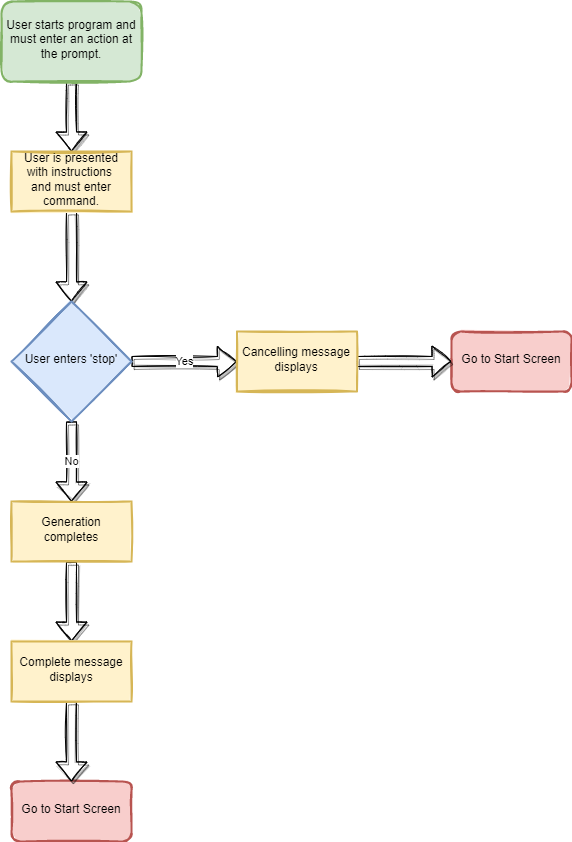
This is Design/GenerateScreenFlow.png from zkturman/LanguageCrawler, a draw.io export, as it was before one commit. Source tidied: cells renumbered, new cells last; positions are measured from the earlier drawing's top-left corner, leaving out a move shared by most shapes. The source it was exported from:
```xml
<mxGraphModel>
  <root>
    <mxCell id="0" />
    <mxCell id="1" parent="0" />
    <mxCell id="2" style="edgeStyle=orthogonalEdgeStyle;rounded=0;jettySize=auto;html=1;exitX=0.5;exitY=1;exitDx=0;exitDy=0;entryX=0.5;entryY=0;entryDx=0;entryDy=0;sketch=1;strokeWidth=1;shadow=1;fillColor=default;shape=flexArrow;" parent="1" edge="1" source="9" target="5">
      <mxGeometry relative="1" as="geometry" />
    </mxCell>
    <mxCell id="3" value="Yes" style="edgeStyle=orthogonalEdgeStyle;rounded=0;jettySize=auto;html=1;exitX=1;exitY=0.5;exitDx=0;exitDy=0;entryX=0;entryY=0.5;entryDx=0;entryDy=0;sketch=1;strokeWidth=1;shadow=1;fillColor=default;shape=flexArrow;" parent="1" edge="1" source="5" target="12">
      <mxGeometry relative="1" as="geometry" />
    </mxCell>
    <mxCell id="4" value="No" style="edgeStyle=orthogonalEdgeStyle;rounded=0;jettySize=auto;html=1;exitX=0.5;exitY=1;exitDx=0;exitDy=0;entryX=0.5;entryY=0;entryDx=0;entryDy=0;sketch=1;strokeWidth=1;shadow=1;fillColor=default;shape=flexArrow;" parent="1" edge="1" source="5" target="14">
      <mxGeometry relative="1" as="geometry" />
    </mxCell>
    <mxCell id="5" value="User enters 'stop'" style="rhombus;whiteSpace=wrap;html=1;shadow=0;fontFamily=Helvetica;fontSize=12;align=center;strokeWidth=2;spacing=6;spacingTop=-4;fillColor=#dae8fc;strokeColor=#6c8ebf;sketch=1;fillStyle=solid;" parent="1" vertex="1">
      <mxGeometry x="10" y="300" width="120" height="120" as="geometry" />
    </mxCell>
    <mxCell id="6" value="Go to Start Screen" style="rounded=1;whiteSpace=wrap;html=1;fontSize=12;glass=0;strokeWidth=2;shadow=0;fillColor=#f8cecc;strokeColor=#b85450;spacing=6;spacingTop=-4;sketch=1;fillStyle=solid;" parent="1" vertex="1">
      <mxGeometry x="450" y="330" width="120" height="60" as="geometry" />
    </mxCell>
    <mxCell id="7" style="edgeStyle=orthogonalEdgeStyle;rounded=0;jettySize=auto;html=1;exitX=0.5;exitY=1;exitDx=0;exitDy=0;entryX=0.5;entryY=0;entryDx=0;entryDy=0;sketch=1;strokeWidth=1;shadow=1;fillColor=default;shape=flexArrow;" parent="1" edge="1" source="8" target="9">
      <mxGeometry relative="1" as="geometry" />
    </mxCell>
    <mxCell id="8" value="User starts program and must enter an action at the prompt." style="rounded=1;whiteSpace=wrap;html=1;fontSize=12;glass=0;strokeWidth=2;shadow=0;fillColor=#d5e8d4;strokeColor=#82b366;spacing=6;spacingTop=-4;sketch=1;fillStyle=solid;" parent="1" vertex="1">
      <mxGeometry width="140" height="80" as="geometry" />
    </mxCell>
    <mxCell id="9" value="User is presented with instructions &lt;br&gt;and must enter command." style="rounded=0;whiteSpace=wrap;html=1;fillColor=#fff2cc;strokeColor=#d6b656;shadow=0;strokeWidth=2;spacing=6;spacingTop=-4;sketch=1;fillStyle=solid;" parent="1" vertex="1">
      <mxGeometry x="10" y="150" width="120" height="60" as="geometry" />
    </mxCell>
    <mxCell id="10" value="Go to Start Screen" style="rounded=1;whiteSpace=wrap;html=1;fontSize=12;glass=0;strokeWidth=2;shadow=0;fillColor=#f8cecc;strokeColor=#b85450;spacing=6;spacingTop=-4;sketch=1;fillStyle=solid;" parent="1" vertex="1">
      <mxGeometry x="10" y="780" width="120" height="60" as="geometry" />
    </mxCell>
    <mxCell id="11" style="edgeStyle=orthogonalEdgeStyle;rounded=0;jettySize=auto;html=1;exitX=1;exitY=0.5;exitDx=0;exitDy=0;entryX=0;entryY=0.5;entryDx=0;entryDy=0;sketch=1;strokeWidth=1;shadow=1;fillColor=default;shape=flexArrow;" parent="1" edge="1" source="12" target="6">
      <mxGeometry relative="1" as="geometry" />
    </mxCell>
    <mxCell id="12" value="Cancelling message displays" style="rounded=0;whiteSpace=wrap;html=1;fillColor=#fff2cc;strokeColor=#d6b656;shadow=0;strokeWidth=2;spacing=6;spacingTop=-4;sketch=1;fillStyle=solid;" parent="1" vertex="1">
      <mxGeometry x="235.4" y="330" width="120" height="60" as="geometry" />
    </mxCell>
    <mxCell id="13" style="edgeStyle=orthogonalEdgeStyle;shape=flexArrow;rounded=0;sketch=1;jettySize=auto;html=1;exitX=0.5;exitY=1;exitDx=0;exitDy=0;entryX=0.5;entryY=0;entryDx=0;entryDy=0;shadow=1;labelBackgroundColor=default;fontFamily=Helvetica;fontSize=11;fontColor=default;endArrow=classic;strokeColor=default;strokeWidth=1;fillColor=default;" parent="1" edge="1" source="14" target="16">
      <mxGeometry relative="1" as="geometry" />
    </mxCell>
    <mxCell id="14" value="Generation completes" style="rounded=0;whiteSpace=wrap;html=1;fillColor=#fff2cc;strokeColor=#d6b656;shadow=0;strokeWidth=2;spacing=6;spacingTop=-4;sketch=1;fillStyle=solid;" parent="1" vertex="1">
      <mxGeometry x="10" y="500" width="120" height="60" as="geometry" />
    </mxCell>
    <mxCell id="15" style="edgeStyle=orthogonalEdgeStyle;shape=flexArrow;rounded=0;sketch=1;jettySize=auto;html=1;exitX=0.5;exitY=1;exitDx=0;exitDy=0;entryX=0.5;entryY=0;entryDx=0;entryDy=0;shadow=1;labelBackgroundColor=default;fontFamily=Helvetica;fontSize=11;fontColor=default;endArrow=classic;strokeColor=default;strokeWidth=1;fillColor=default;" parent="1" edge="1" source="16" target="10">
      <mxGeometry relative="1" as="geometry" />
    </mxCell>
    <mxCell id="16" value="Complete message displays" style="rounded=0;whiteSpace=wrap;html=1;fillColor=#fff2cc;strokeColor=#d6b656;shadow=0;strokeWidth=2;spacing=6;spacingTop=-4;sketch=1;fillStyle=solid;" parent="1" vertex="1">
      <mxGeometry x="10" y="640" width="120" height="60" as="geometry" />
    </mxCell>
  </root>
</mxGraphModel>
```
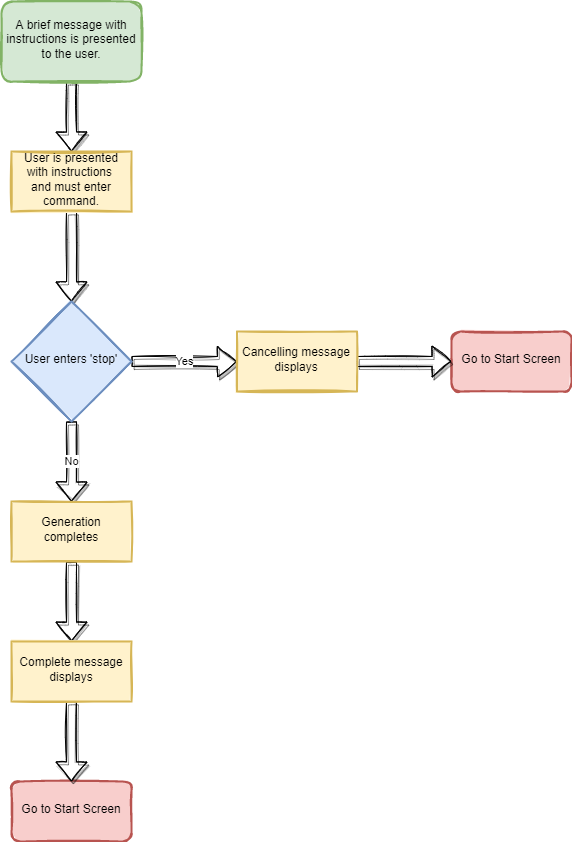
After the commit.

What changed in the source:
```diff
@@ -20,7 +20,7 @@
     <mxCell id="7" style="edgeStyle=orthogonalEdgeStyle;rounded=0;jettySize=auto;html=1;exitX=0.5;exitY=1;exitDx=0;exitDy=0;entryX=0.5;entryY=0;entryDx=0;entryDy=0;sketch=1;strokeWidth=1;shadow=1;fillColor=default;shape=flexArrow;" parent="1" edge="1" source="8" target="9">
       <mxGeometry relative="1" as="geometry" />
     </mxCell>
-    <mxCell id="8" value="User starts program and must enter an action at the prompt." style="rounded=1;whiteSpace=wrap;html=1;fontSize=12;glass=0;strokeWidth=2;shadow=0;fillColor=#d5e8d4;strokeColor=#82b366;spacing=6;spacingTop=-4;sketch=1;fillStyle=solid;" parent="1" vertex="1">
+    <mxCell id="8" value="A brief message with instructions is presented to the user." style="rounded=1;whiteSpace=wrap;html=1;fontSize=12;glass=0;strokeWidth=2;shadow=0;fillColor=#d5e8d4;strokeColor=#82b366;spacing=6;spacingTop=-4;sketch=1;fillStyle=solid;" parent="1" vertex="1">
       <mxGeometry width="140" height="80" as="geometry" />
     </mxCell>
     <mxCell id="9" value="User is presented with instructions &lt;br&gt;and must enter command." style="rounded=0;whiteSpace=wrap;html=1;fillColor=#fff2cc;strokeColor=#d6b656;shadow=0;strokeWidth=2;spacing=6;spacingTop=-4;sketch=1;fillStyle=solid;" parent="1" vertex="1">
```
